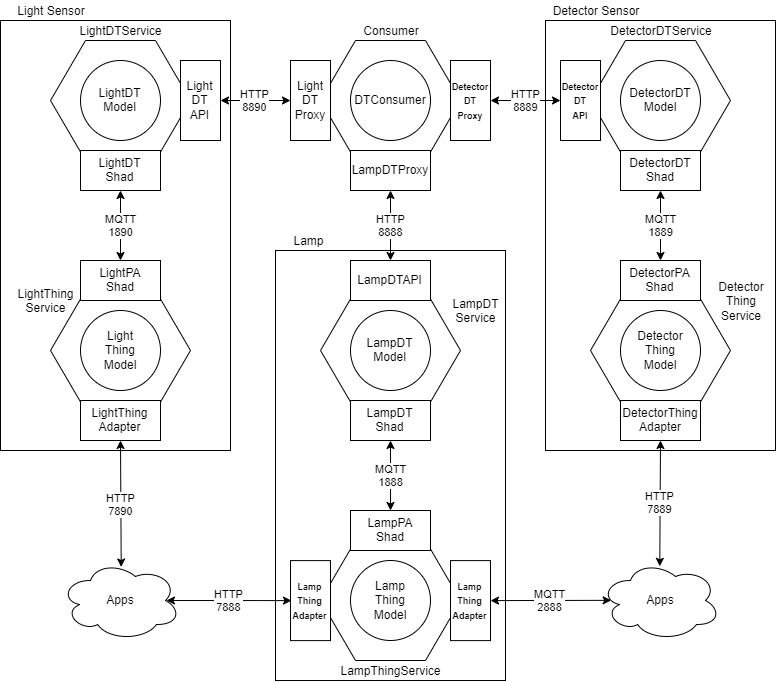
Before: A_R/Activity-03/Design.png, a diagram exported from draw.io (Endum/PC). Source tidied: cells renumbered, new cells last; positions are measured from the earlier drawing's top-left corner, leaving out a move shared by most shapes.
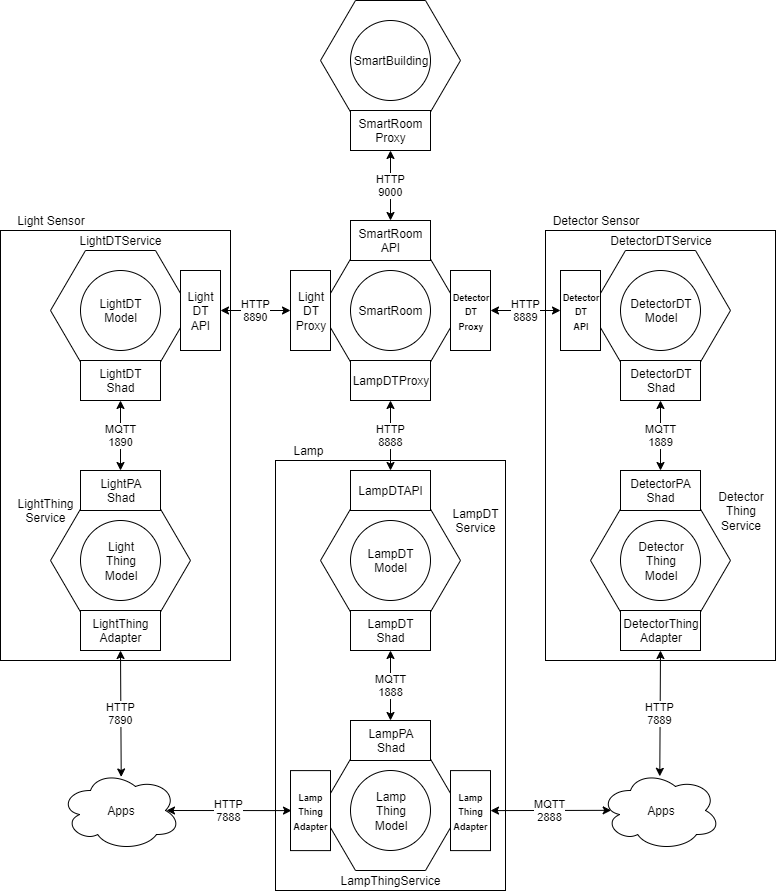
After the change.

Commit message:
finished design

Diff of the diagram source:
```diff
@@ -14,12 +14,9 @@
     <mxCell id="5" style="shape=hexagon;perimeter=hexagonPerimeter2;whiteSpace=wrap;html=1;" parent="1" vertex="1">
       <mxGeometry x="320" y="40" width="140" height="120" as="geometry" />
     </mxCell>
-    <mxCell id="6" value="DTConsumer" style="ellipse;whiteSpace=wrap;html=1;" parent="1" vertex="1">
+    <mxCell id="6" value="SmartRoom" style="ellipse;whiteSpace=wrap;html=1;" parent="1" vertex="1">
       <mxGeometry x="350" y="60" width="80" height="80" as="geometry" />
     </mxCell>
-    <mxCell id="7" value="Consumer" style="text;html=1;strokeColor=none;fillColor=none;align=center;verticalAlign=middle;whiteSpace=wrap;rounded=0;" parent="1" vertex="1">
-      <mxGeometry x="370" y="20" width="40" height="20" as="geometry" />
-    </mxCell>
     <mxCell id="8" value="HTTP&lt;br&gt;8890" style="edgeStyle=none;rounded=0;jettySize=auto;html=1;exitX=0;exitY=0.5;exitDx=0;exitDy=0;entryX=1;entryY=0.5;entryDx=0;entryDy=0;startArrow=classic;startFill=1;" parent="1" edge="1" source="9" target="17">
       <mxGeometry relative="1" as="geometry" />
     </mxCell>
@@ -170,5 +167,20 @@
     <mxCell id="56" value="Apps" style="ellipse;shape=cloud;whiteSpace=wrap;html=1;" parent="1" vertex="1">
       <mxGeometry x="600" y="560" width="120" height="80" as="geometry" />
     </mxCell>
+    <mxCell id="57" value="SmartRoom&lt;br&gt;API" style="rounded=0;whiteSpace=wrap;html=1;" parent="1" vertex="1">
+      <mxGeometry x="350" y="10" width="80" height="40" as="geometry" />
+    </mxCell>
+    <mxCell id="58" style="shape=hexagon;perimeter=hexagonPerimeter2;whiteSpace=wrap;html=1;" parent="1" vertex="1">
+      <mxGeometry x="320" y="-210" width="140" height="120" as="geometry" />
+    </mxCell>
+    <mxCell id="59" value="SmartBuilding" style="ellipse;whiteSpace=wrap;html=1;" parent="1" vertex="1">
+      <mxGeometry x="350" y="-190" width="80" height="80" as="geometry" />
+    </mxCell>
+    <mxCell id="60" value="HTTP&lt;br&gt;9000" style="edgeStyle=orthogonalEdgeStyle;rounded=0;jettySize=auto;html=1;exitX=0.5;exitY=1;exitDx=0;exitDy=0;entryX=0.5;entryY=0;entryDx=0;entryDy=0;startArrow=classic;startFill=1;" parent="1" edge="1" source="61" target="57">
+      <mxGeometry relative="1" as="geometry" />
+    </mxCell>
+    <mxCell id="61" value="SmartRoom&lt;br&gt;Proxy" style="rounded=0;whiteSpace=wrap;html=1;" parent="1" vertex="1">
+      <mxGeometry x="350" y="-100" width="80" height="40" as="geometry" />
+    </mxCell>
   </root>
 </mxGraphModel>
```
